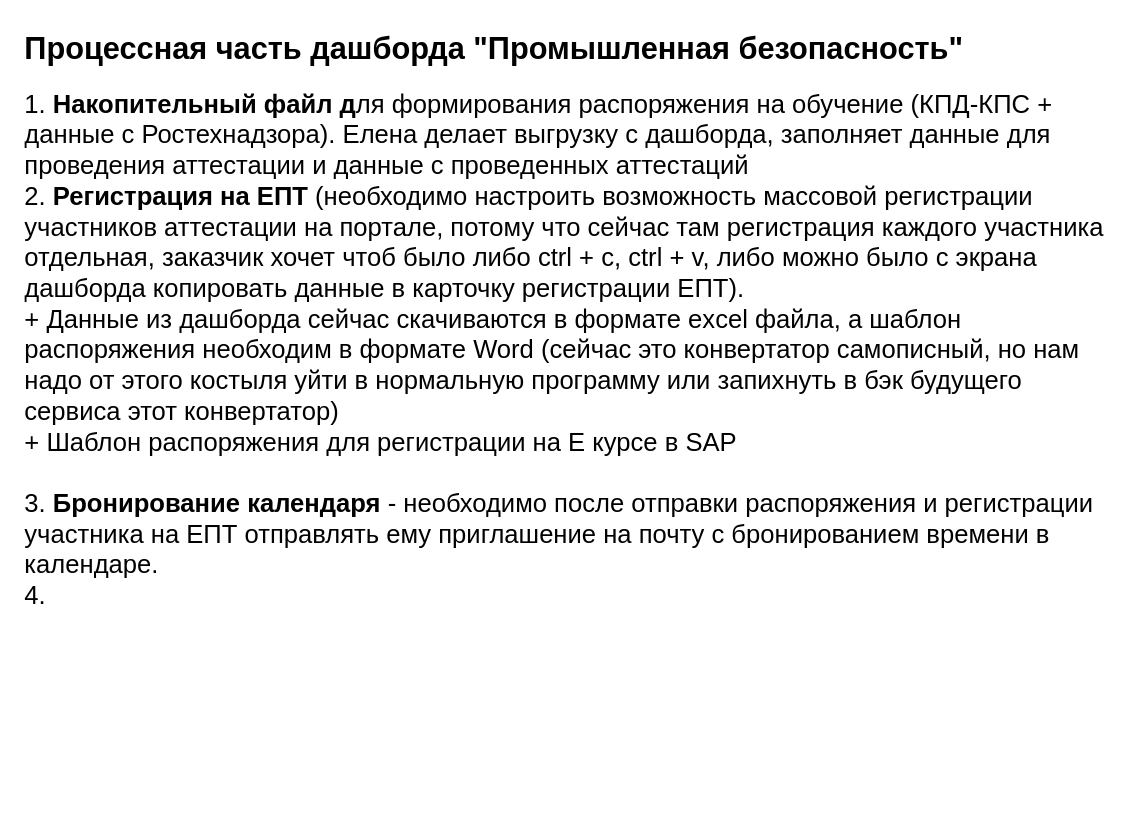
This is Диаграмма без названияTechHR-29617 Разработать предложение для работы с процессной частью вне дашбордов .drawio from FoggyDisaster/BusinestAnalystDraw, a draw.io file, before an edit. Source tidied: cells renumbered, new cells numbered last; positions are measured from the earlier drawing's top-left corner, leaving out a move shared by most shapes. Both pictures are drawn from the tidied source at 128%, with x=0, y=0 at pixel (22, 22).
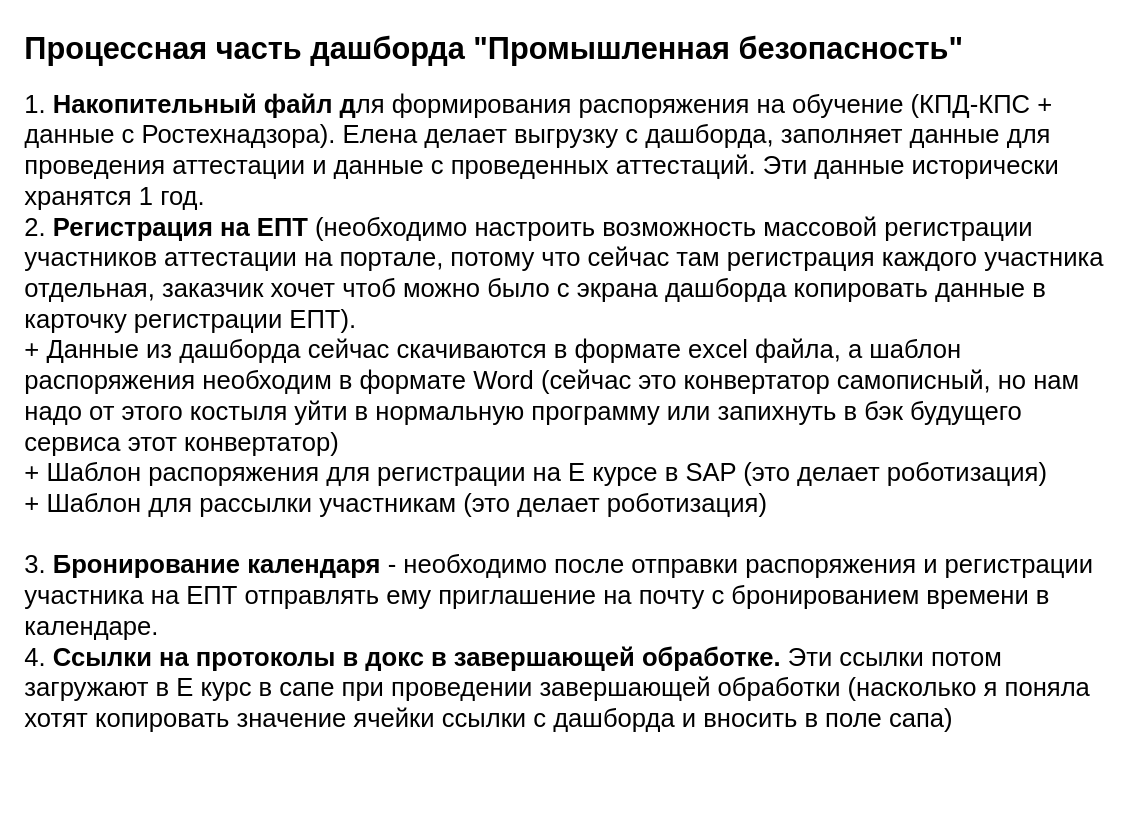
After the change.

Diff of the diagram source:
```diff
@@
 <mxGraphModel>
   <root>
     <mxCell id="0" />
     <mxCell id="1" parent="0" />
-    <mxCell id="2" value="&lt;h1 style=&quot;margin-top: 0px;&quot;&gt;Процессная часть дашборда &quot;Промышленная безопасность&quot;&lt;/h1&gt;&lt;div&gt;&lt;font style=&quot;font-size: 20px;&quot;&gt;1.&lt;b&gt; Накопительный файл д&lt;/b&gt;ля формирования распоряжения на обучение (КПД-КПС + данные с Ростехнадзора). Елена делает выгрузку с дашборда, заполняет данные для проведения аттестации и данные с проведенных аттестаций&amp;nbsp;&amp;nbsp;&lt;/font&gt;&lt;/div&gt;&lt;div&gt;&lt;font style=&quot;font-size: 20px;&quot;&gt;2.&lt;b&gt; Регистрация на ЕПТ&lt;/b&gt; (необходимо настроить возможность массовой регистрации участников аттестации на портале, потому что сейчас там регистрация каждого участника отдельная, заказчик хочет чтоб было либо ctrl + c, ctrl + v, либо можно было с экрана дашборда копировать данные в карточку регистрации ЕПТ).&lt;/font&gt;&lt;/div&gt;&lt;div&gt;&lt;font style=&quot;font-size: 20px;&quot;&gt;+ Данные из дашборда сейчас скачиваются в формате excel файла, а шаблон распоряжения необходим в формате Word (сейчас это конвертатор самописный, но нам надо от этого костыля уйти в нормальную программу или запихнуть в бэк будущего сервиса этот конвертатор)&lt;/font&gt;&lt;/div&gt;&lt;div&gt;&lt;font style=&quot;font-size: 20px;&quot;&gt;+ Шаблон распоряжения для регистрации на Е курсе в SAP&lt;/font&gt;&lt;/div&gt;&lt;div&gt;&lt;font style=&quot;font-size: 20px;&quot;&gt;&lt;br&gt;&lt;/font&gt;&lt;/div&gt;&lt;div&gt;&lt;font style=&quot;font-size: 20px;&quot;&gt;3. &lt;b&gt;Бронирование календаря&lt;/b&gt; - необходимо после отправки распоряжения и регистрации участника на ЕПТ отправлять ему приглашение на почту с бронированием времени в календаре.&lt;/font&gt;&lt;/div&gt;&lt;div&gt;&lt;font style=&quot;font-size: 20px;&quot;&gt;4.&amp;nbsp;&lt;/font&gt;&lt;/div&gt;&lt;div&gt;&lt;br&gt;&lt;/div&gt;" style="text;html=1;whiteSpace=wrap;overflow=hidden;rounded=0;" parent="1" vertex="1">
-      <mxGeometry width="860" height="510" as="geometry" />
+    <mxCell id="2" value="&lt;h1 style=&quot;margin-top: 0px;&quot;&gt;Процессная часть дашборда &quot;Промышленная безопасность&quot;&lt;/h1&gt;&lt;div&gt;&lt;font style=&quot;font-size: 20px;&quot;&gt;1.&lt;b&gt; Накопительный файл д&lt;/b&gt;ля формирования распоряжения на обучение (КПД-КПС + данные с Ростехнадзора). Елена делает выгрузку с дашборда, заполняет данные для проведения аттестации и данные с проведенных аттестаций. Эти данные исторически хранятся 1 год.&lt;/font&gt;&lt;/div&gt;&lt;div&gt;&lt;font style=&quot;font-size: 20px;&quot;&gt;2.&lt;b&gt; Регистрация на ЕПТ&lt;/b&gt; (необходимо настроить возможность массовой регистрации участников аттестации на портале, потому что сейчас там регистрация каждого участника отдельная, заказчик хочет чтоб можно было с экрана дашборда копировать данные в карточку регистрации ЕПТ).&lt;/font&gt;&lt;/div&gt;&lt;div&gt;&lt;font style=&quot;font-size: 20px;&quot;&gt;+ Данные из дашборда сейчас скачиваются в формате excel файла, а шаблон распоряжения необходим в формате Word (сейчас это конвертатор самописный, но нам надо от этого костыля уйти в нормальную программу или запихнуть в бэк будущего сервиса этот конвертатор)&lt;/font&gt;&lt;/div&gt;&lt;div&gt;&lt;font style=&quot;font-size: 20px;&quot;&gt;+ Шаблон распоряжения для регистрации на Е курсе в SAP (это делает роботизация)&lt;/font&gt;&lt;/div&gt;&lt;div&gt;&lt;font style=&quot;font-size: 20px;&quot;&gt;+ Шаблон для рассылки участникам (это делает роботизация)&lt;/font&gt;&lt;/div&gt;&lt;div&gt;&lt;font style=&quot;font-size: 20px;&quot;&gt;&lt;br&gt;&lt;/font&gt;&lt;/div&gt;&lt;div&gt;&lt;font style=&quot;font-size: 20px;&quot;&gt;3. &lt;b&gt;Бронирование календаря&lt;/b&gt; - необходимо после отправки распоряжения и регистрации участника на ЕПТ отправлять ему приглашение на почту с бронированием времени в календаре.&lt;/font&gt;&lt;/div&gt;&lt;div&gt;&lt;font style=&quot;font-size: 20px;&quot;&gt;4. &lt;b&gt;Ссылки на протоколы в докс в завершающей обработке.&lt;/b&gt;&amp;nbsp;Эти ссылки потом загружают в Е курс в сапе при проведении завершающей обработки (насколько я поняла хотят копировать значение ячейки ссылки с дашборда и вносить в поле сапа)&lt;/font&gt;&lt;/div&gt;&lt;div&gt;&lt;br&gt;&lt;/div&gt;" style="text;html=1;whiteSpace=wrap;overflow=hidden;rounded=0;" parent="1" vertex="1">
+      <mxGeometry width="860" height="600" as="geometry" />
     </mxCell>
   </root>
 </mxGraphModel>
```
